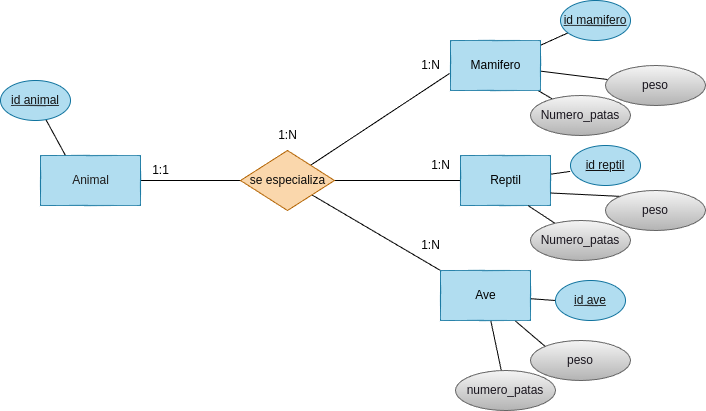
This is tareas/tarea-3/images/ejercicio19.drawio.png from betancorge/base-datos-2, a draw.io export, as it was before one commit. Source tidied: cells renumbered, new cells last; positions are measured from the earlier drawing's top-left corner, leaving out a move shared by most shapes. The source it was exported from:
```xml
<mxGraphModel>
  <root>
    <mxCell id="0" />
    <mxCell id="1" parent="0" />
    <mxCell id="2" style="edgeStyle=none;html=1;endArrow=none;endFill=0;entryX=0.25;entryY=0;entryDx=0;entryDy=0;" parent="1" edge="1" source="3" target="5">
      <mxGeometry relative="1" as="geometry" />
    </mxCell>
    <mxCell id="3" value="id animal" style="ellipse;whiteSpace=wrap;html=1;align=center;fontStyle=4;fillColor=#b1ddf0;strokeColor=#10739e;fontColor=#121111;" parent="1" vertex="1">
      <mxGeometry y="80" width="70" height="40" as="geometry" />
    </mxCell>
    <mxCell id="4" style="edgeStyle=none;html=1;entryX=0;entryY=0.5;entryDx=0;entryDy=0;endArrow=none;endFill=0;" parent="1" edge="1" source="5" target="9">
      <mxGeometry relative="1" as="geometry" />
    </mxCell>
    <mxCell id="5" value="&lt;font color=&quot;#1d1b1b&quot;&gt;Animal&lt;/font&gt;" style="html=1;dashed=0;whitespace=wrap;fillColor=#b1ddf0;strokeColor=#10739e;" parent="1" vertex="1">
      <mxGeometry x="40" y="155" width="100" height="50" as="geometry" />
    </mxCell>
    <mxCell id="6" style="edgeStyle=none;html=1;exitX=1;exitY=0.5;exitDx=0;exitDy=0;entryX=0;entryY=0.5;entryDx=0;entryDy=0;endArrow=none;endFill=0;" parent="1" edge="1" source="9" target="11">
      <mxGeometry relative="1" as="geometry" />
    </mxCell>
    <mxCell id="7" style="edgeStyle=none;html=1;entryX=-0.011;entryY=0.66;entryDx=0;entryDy=0;entryPerimeter=0;endArrow=none;endFill=0;" parent="1" edge="1" source="9" target="17">
      <mxGeometry relative="1" as="geometry" />
    </mxCell>
    <mxCell id="8" style="edgeStyle=none;html=1;entryX=0;entryY=0;entryDx=0;entryDy=0;endArrow=none;endFill=0;" parent="1" edge="1" source="9" target="21">
      <mxGeometry relative="1" as="geometry" />
    </mxCell>
    <mxCell id="9" value="&lt;font color=&quot;#0a0a0a&quot;&gt;se especializa&lt;/font&gt;" style="shape=rhombus;html=1;dashed=0;whitespace=wrap;perimeter=rhombusPerimeter;fillColor=#fad7ac;strokeColor=#b46504;" parent="1" vertex="1">
      <mxGeometry x="240" y="150" width="94" height="60" as="geometry" />
    </mxCell>
    <mxCell id="10" style="edgeStyle=none;html=1;entryX=-0.004;entryY=0.648;entryDx=0;entryDy=0;entryPerimeter=0;endArrow=none;endFill=0;" parent="1" edge="1" source="11" target="34">
      <mxGeometry relative="1" as="geometry" />
    </mxCell>
    <mxCell id="11" value="&lt;font color=&quot;#000000&quot;&gt;Reptil&lt;/font&gt;" style="html=1;dashed=0;whitespace=wrap;fillColor=#b1ddf0;strokeColor=#10739e;" parent="1" vertex="1">
      <mxGeometry x="460" y="155" width="90" height="50" as="geometry" />
    </mxCell>
    <mxCell id="12" value="1:N" style="text;html=1;align=center;verticalAlign=middle;strokeColor=none;fillColor=none;" parent="1" vertex="1">
      <mxGeometry x="420" y="150" width="40" height="30" as="geometry" />
    </mxCell>
    <mxCell id="13" value="1:1" style="text;html=1;align=center;verticalAlign=middle;strokeColor=none;fillColor=none;" parent="1" vertex="1">
      <mxGeometry x="140" y="155" width="40" height="30" as="geometry" />
    </mxCell>
    <mxCell id="14" style="edgeStyle=none;html=1;endArrow=none;endFill=0;" parent="1" edge="1" source="17" target="32">
      <mxGeometry relative="1" as="geometry" />
    </mxCell>
    <mxCell id="15" style="edgeStyle=none;html=1;endArrow=none;endFill=0;" parent="1" edge="1" source="17" target="31">
      <mxGeometry relative="1" as="geometry" />
    </mxCell>
    <mxCell id="16" style="edgeStyle=none;html=1;endArrow=none;endFill=0;" parent="1" edge="1" source="17" target="33">
      <mxGeometry relative="1" as="geometry" />
    </mxCell>
    <mxCell id="17" value="&lt;font color=&quot;#000000&quot;&gt;Mamifero&lt;/font&gt;" style="html=1;dashed=0;whitespace=wrap;fillColor=#b1ddf0;strokeColor=#10739e;" parent="1" vertex="1">
      <mxGeometry x="450" y="40" width="90" height="50" as="geometry" />
    </mxCell>
    <mxCell id="18" style="edgeStyle=none;html=1;endArrow=none;endFill=0;" parent="1" edge="1" source="21" target="25">
      <mxGeometry relative="1" as="geometry" />
    </mxCell>
    <mxCell id="19" style="edgeStyle=none;html=1;entryX=0;entryY=0;entryDx=0;entryDy=0;endArrow=none;endFill=0;" parent="1" edge="1" source="21" target="26">
      <mxGeometry relative="1" as="geometry" />
    </mxCell>
    <mxCell id="20" style="edgeStyle=none;html=1;entryX=0;entryY=0.5;entryDx=0;entryDy=0;endArrow=none;endFill=0;" parent="1" edge="1" source="21" target="35">
      <mxGeometry relative="1" as="geometry" />
    </mxCell>
    <mxCell id="21" value="&lt;font color=&quot;#000000&quot;&gt;Ave&lt;/font&gt;" style="html=1;dashed=0;whitespace=wrap;fillColor=#b1ddf0;strokeColor=#10739e;" parent="1" vertex="1">
      <mxGeometry x="440" y="270" width="90" height="50" as="geometry" />
    </mxCell>
    <mxCell id="22" value="1:N" style="text;html=1;align=center;verticalAlign=middle;strokeColor=none;fillColor=none;" parent="1" vertex="1">
      <mxGeometry x="410" y="50" width="40" height="30" as="geometry" />
    </mxCell>
    <mxCell id="23" value="1:N" style="text;html=1;align=center;verticalAlign=middle;strokeColor=none;fillColor=none;" parent="1" vertex="1">
      <mxGeometry x="410" y="230" width="40" height="30" as="geometry" />
    </mxCell>
    <mxCell id="24" value="1:N" style="text;html=1;align=center;verticalAlign=middle;strokeColor=none;fillColor=none;" parent="1" vertex="1">
      <mxGeometry x="267" y="120" width="40" height="30" as="geometry" />
    </mxCell>
    <mxCell id="25" value="&lt;font color=&quot;#18141d&quot;&gt;numero_patas&lt;/font&gt;" style="ellipse;whiteSpace=wrap;html=1;align=center;fillColor=#f5f5f5;gradientColor=#b3b3b3;strokeColor=#666666;" parent="1" vertex="1">
      <mxGeometry x="455" y="370" width="100" height="40" as="geometry" />
    </mxCell>
    <mxCell id="26" value="&lt;font color=&quot;#18141d&quot;&gt;peso&lt;/font&gt;" style="ellipse;whiteSpace=wrap;html=1;align=center;fillColor=#f5f5f5;gradientColor=#b3b3b3;strokeColor=#666666;" parent="1" vertex="1">
      <mxGeometry x="530" y="340" width="100" height="40" as="geometry" />
    </mxCell>
    <mxCell id="27" style="edgeStyle=none;html=1;endArrow=none;endFill=0;exitX=0.75;exitY=1;exitDx=0;exitDy=0;" parent="1" edge="1" source="11" target="29">
      <mxGeometry relative="1" as="geometry" />
    </mxCell>
    <mxCell id="28" style="edgeStyle=none;html=1;entryX=0;entryY=0;entryDx=0;entryDy=0;endArrow=none;endFill=0;exitX=1;exitY=0.75;exitDx=0;exitDy=0;" parent="1" edge="1" source="11" target="30">
      <mxGeometry relative="1" as="geometry" />
    </mxCell>
    <mxCell id="29" value="&lt;font color=&quot;#18141d&quot;&gt;Numero_patas&lt;/font&gt;" style="ellipse;whiteSpace=wrap;html=1;align=center;fillColor=#f5f5f5;gradientColor=#b3b3b3;strokeColor=#666666;" parent="1" vertex="1">
      <mxGeometry x="530" y="220" width="100" height="40" as="geometry" />
    </mxCell>
    <mxCell id="30" value="&lt;font color=&quot;#18141d&quot;&gt;peso&lt;/font&gt;" style="ellipse;whiteSpace=wrap;html=1;align=center;fillColor=#f5f5f5;gradientColor=#b3b3b3;strokeColor=#666666;" parent="1" vertex="1">
      <mxGeometry x="605" y="190" width="100" height="40" as="geometry" />
    </mxCell>
    <mxCell id="31" value="&lt;font color=&quot;#18141d&quot;&gt;Numero_patas&lt;/font&gt;" style="ellipse;whiteSpace=wrap;html=1;align=center;fillColor=#f5f5f5;gradientColor=#b3b3b3;strokeColor=#666666;" parent="1" vertex="1">
      <mxGeometry x="530" y="95" width="100" height="40" as="geometry" />
    </mxCell>
    <mxCell id="32" value="&lt;font color=&quot;#18141d&quot;&gt;peso&lt;/font&gt;" style="ellipse;whiteSpace=wrap;html=1;align=center;fillColor=#f5f5f5;gradientColor=#b3b3b3;strokeColor=#666666;" parent="1" vertex="1">
      <mxGeometry x="605" y="65" width="100" height="40" as="geometry" />
    </mxCell>
    <mxCell id="33" value="id mamifero" style="ellipse;whiteSpace=wrap;html=1;align=center;fontStyle=4;fillColor=#b1ddf0;strokeColor=#10739e;fontColor=#121111;" parent="1" vertex="1">
      <mxGeometry x="560" width="70" height="40" as="geometry" />
    </mxCell>
    <mxCell id="34" value="id reptil" style="ellipse;whiteSpace=wrap;html=1;align=center;fontStyle=4;fillColor=#b1ddf0;strokeColor=#10739e;fontColor=#121111;" parent="1" vertex="1">
      <mxGeometry x="570" y="145" width="70" height="40" as="geometry" />
    </mxCell>
    <mxCell id="35" value="id ave" style="ellipse;whiteSpace=wrap;html=1;align=center;fontStyle=4;fillColor=#b1ddf0;strokeColor=#10739e;fontColor=#121111;" parent="1" vertex="1">
      <mxGeometry x="555" y="280" width="70" height="40" as="geometry" />
    </mxCell>
  </root>
</mxGraphModel>
```
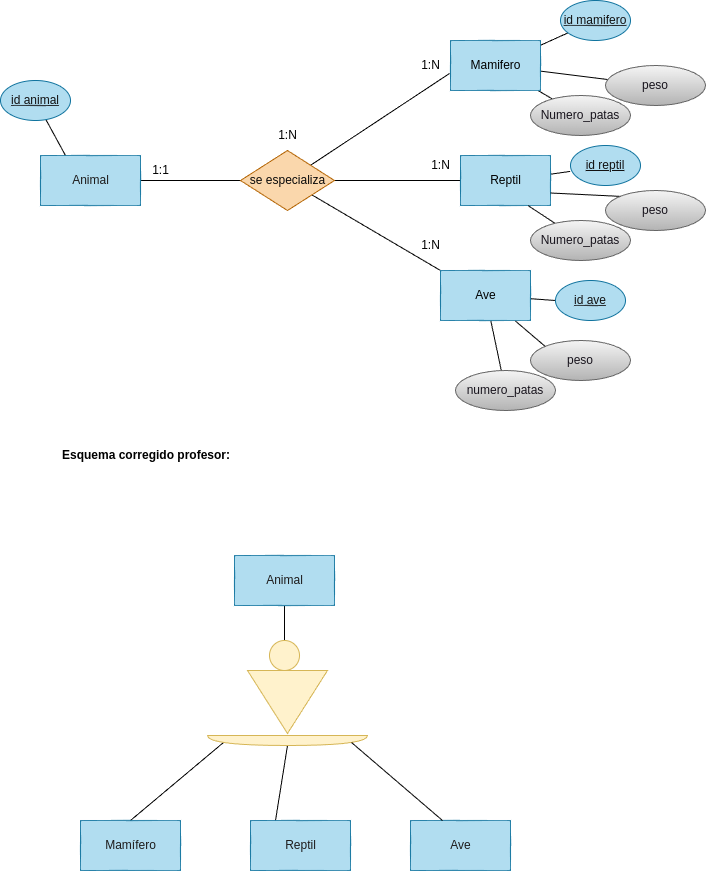
The same diagram one commit later.

What changed in the source:
```diff
@@ -104,5 +104,41 @@
     <mxCell id="35" value="id ave" style="ellipse;whiteSpace=wrap;html=1;align=center;fontStyle=4;fillColor=#b1ddf0;strokeColor=#10739e;fontColor=#121111;" parent="1" vertex="1">
       <mxGeometry x="555" y="280" width="70" height="40" as="geometry" />
     </mxCell>
+    <mxCell id="36" value="&lt;h1 style=&quot;margin-top: 0px;&quot;&gt;&lt;font style=&quot;font-size: 12px;&quot;&gt;Esquema corregido profesor:&lt;/font&gt;&lt;/h1&gt;" style="text;html=1;whiteSpace=wrap;overflow=hidden;rounded=0;" parent="1" vertex="1">
+      <mxGeometry x="60" y="430" width="190" height="50" as="geometry" />
+    </mxCell>
+    <mxCell id="37" style="edgeStyle=none;html=1;entryX=0.5;entryY=0;entryDx=0;entryDy=0;endArrow=none;endFill=0;" parent="1" edge="1" source="38" target="39">
+      <mxGeometry relative="1" as="geometry" />
+    </mxCell>
+    <mxCell id="38" value="&lt;font color=&quot;#1d1b1b&quot;&gt;Animal&lt;/font&gt;" style="html=1;dashed=0;whitespace=wrap;fillColor=#b1ddf0;strokeColor=#10739e;" parent="1" vertex="1">
+      <mxGeometry x="234" y="555" width="100" height="50" as="geometry" />
+    </mxCell>
+    <mxCell id="39" style="ellipse;whiteSpace=wrap;html=1;fillColor=#fff2cc;strokeColor=#d6b656;" parent="1" vertex="1">
+      <mxGeometry x="269" y="640" width="30" height="30" as="geometry" />
+    </mxCell>
+    <mxCell id="40" style="triangle;whiteSpace=wrap;html=1;rotation=90;fillColor=#fff2cc;strokeColor=#d6b656;" parent="1" vertex="1">
+      <mxGeometry x="255.5" y="661.5" width="63" height="80" as="geometry" />
+    </mxCell>
+    <mxCell id="41" style="edgeStyle=none;html=1;exitX=0.7;exitY=0.9;exitDx=0;exitDy=0;exitPerimeter=0;entryX=0.5;entryY=0;entryDx=0;entryDy=0;endArrow=none;endFill=0;" parent="1" edge="1" source="43" target="44">
+      <mxGeometry relative="1" as="geometry" />
+    </mxCell>
+    <mxCell id="42" style="edgeStyle=none;html=1;exitX=1;exitY=0.5;exitDx=0;exitDy=0;exitPerimeter=0;entryX=0.25;entryY=0;entryDx=0;entryDy=0;endArrow=none;endFill=0;" parent="1" edge="1" source="43" target="45">
+      <mxGeometry relative="1" as="geometry" />
+    </mxCell>
+    <mxCell id="43" style="shape=or;whiteSpace=wrap;html=1;rotation=90;fillColor=#fff2cc;strokeColor=#d6b656;" parent="1" vertex="1">
+      <mxGeometry x="282" y="660" width="10" height="160" as="geometry" />
+    </mxCell>
+    <mxCell id="44" value="&lt;font color=&quot;#1d1b1b&quot;&gt;Mamífero&lt;/font&gt;" style="html=1;dashed=0;whitespace=wrap;fillColor=#b1ddf0;strokeColor=#10739e;" parent="1" vertex="1">
+      <mxGeometry x="80" y="820" width="100" height="50" as="geometry" />
+    </mxCell>
+    <mxCell id="45" value="&lt;font color=&quot;#1d1b1b&quot;&gt;Reptil&lt;/font&gt;" style="html=1;dashed=0;whitespace=wrap;fillColor=#b1ddf0;strokeColor=#10739e;" parent="1" vertex="1">
+      <mxGeometry x="250" y="820" width="100" height="50" as="geometry" />
+    </mxCell>
+    <mxCell id="46" value="&lt;font color=&quot;#1d1b1b&quot;&gt;Ave&lt;/font&gt;" style="html=1;dashed=0;whitespace=wrap;fillColor=#b1ddf0;strokeColor=#10739e;" parent="1" vertex="1">
+      <mxGeometry x="410" y="820" width="100" height="50" as="geometry" />
+    </mxCell>
+    <mxCell id="47" style="edgeStyle=none;html=1;exitX=0.7;exitY=0.1;exitDx=0;exitDy=0;exitPerimeter=0;entryX=0.32;entryY=0;entryDx=0;entryDy=0;entryPerimeter=0;endArrow=none;endFill=0;" parent="1" edge="1" source="43" target="46">
+      <mxGeometry relative="1" as="geometry" />
+    </mxCell>
   </root>
 </mxGraphModel>
```
